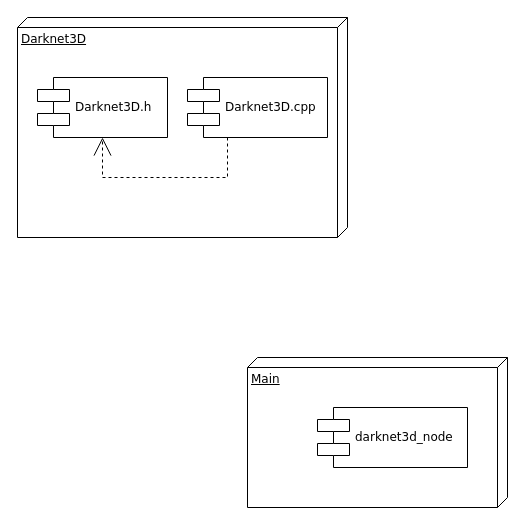
Earlier version of the draw.io diagram diagrams/components_diagram/Untitled Diagram.drawio (fgonzalezr1998/tfg_src). Source tidied: cells renumbered, new cells numbered last; positions are measured from the earlier drawing's top-left corner, leaving out a move shared by most shapes. Both pictures are drawn from the tidied source at 100%, with x=0, y=0 at pixel (17, 17).
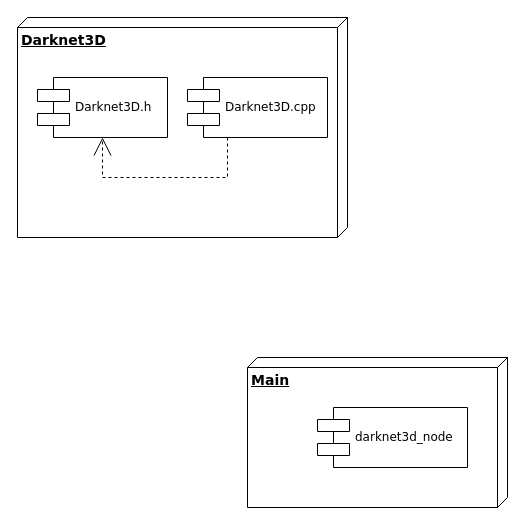
The same page after the edit.

What changed in the source:
```diff
@@
 <mxGraphModel>
   <root>
     <mxCell id="0" />
     <mxCell id="1" parent="0" />
-    <mxCell id="2" value="Main" style="verticalAlign=top;align=left;spacingTop=8;spacingLeft=2;spacingRight=12;shape=cube;size=10;direction=south;fontStyle=4;html=1;rounded=0;shadow=0;comic=0;labelBackgroundColor=none;strokeWidth=1;fontFamily=Verdana;fontSize=12;" parent="1" vertex="1">
+    <mxCell id="2" value="&lt;b&gt;&lt;font style=&quot;font-size: 14px;&quot;&gt;Main&lt;/font&gt;&lt;/b&gt;" style="verticalAlign=top;align=left;spacingTop=8;spacingLeft=2;spacingRight=12;shape=cube;size=10;direction=south;fontStyle=4;html=1;rounded=0;shadow=0;comic=0;labelBackgroundColor=none;strokeWidth=1;fontFamily=Verdana;fontSize=12;" parent="1" vertex="1">
       <mxGeometry x="230" y="340" width="260" height="150" as="geometry" />
     </mxCell>
     <mxCell id="3" value="darknet3d_node" style="shape=component;align=left;spacingLeft=36;rounded=0;shadow=0;comic=0;labelBackgroundColor=none;strokeWidth=1;fontFamily=Verdana;fontSize=12;html=1;" parent="1" vertex="1">
       <mxGeometry x="300" y="390" width="150" height="60" as="geometry" />
     </mxCell>
-    <mxCell id="4" style="group;" parent="1" vertex="1">
+    <mxCell id="4" style="group;perimeter=rectanglePerimeter;" parent="1" vertex="1">
       <mxGeometry width="330" height="220" as="geometry" />
     </mxCell>
-    <mxCell id="5" value="Darknet3D" style="verticalAlign=top;align=left;spacingTop=8;spacingLeft=2;spacingRight=12;shape=cube;size=10;direction=south;fontStyle=4;html=1;rounded=0;shadow=0;comic=0;labelBackgroundColor=none;strokeWidth=1;fontFamily=Verdana;fontSize=12;" parent="4" vertex="1">
+    <mxCell id="5" value="&lt;b&gt;&lt;font style=&quot;font-size: 14px;&quot;&gt;Darknet3D&lt;/font&gt;&lt;/b&gt;" style="verticalAlign=top;align=left;spacingTop=8;spacingLeft=2;spacingRight=12;shape=cube;size=10;direction=south;fontStyle=4;html=1;rounded=0;shadow=0;comic=0;labelBackgroundColor=none;strokeWidth=1;fontFamily=Verdana;fontSize=12;" parent="4" vertex="1">
       <mxGeometry width="330" height="220" as="geometry" />
     </mxCell>
     <mxCell id="6" value="Darknet3D.cpp" style="shape=component;align=left;spacingLeft=36;rounded=0;shadow=0;comic=0;labelBackgroundColor=none;strokeWidth=1;fontFamily=Verdana;fontSize=12;html=1;" parent="4" vertex="1">
       <mxGeometry x="170" y="60" width="140" height="60" as="geometry" />
     </mxCell>
     <mxCell id="7" style="edgeStyle=orthogonalEdgeStyle;rounded=0;html=1;labelBackgroundColor=none;startArrow=none;startFill=0;startSize=8;endArrow=open;endFill=0;endSize=16;fontFamily=Verdana;fontSize=12;dashed=1;entryX=0.5;entryY=1;entryDx=0;entryDy=0;" parent="4" edge="1" source="6" target="8">
       <mxGeometry relative="1" as="geometry">
         <Array as="points">
           <mxPoint x="210" y="160" />
           <mxPoint x="85" y="160" />
         </Array>
       </mxGeometry>
     </mxCell>
     <mxCell id="8" value="Darknet3D.h" style="shape=component;align=left;spacingLeft=36;rounded=0;shadow=0;comic=0;labelBackgroundColor=none;strokeWidth=1;fontFamily=Verdana;fontSize=12;html=1;" parent="4" vertex="1">
       <mxGeometry x="20" y="60" width="130" height="60" as="geometry" />
     </mxCell>
   </root>
 </mxGraphModel>
```
